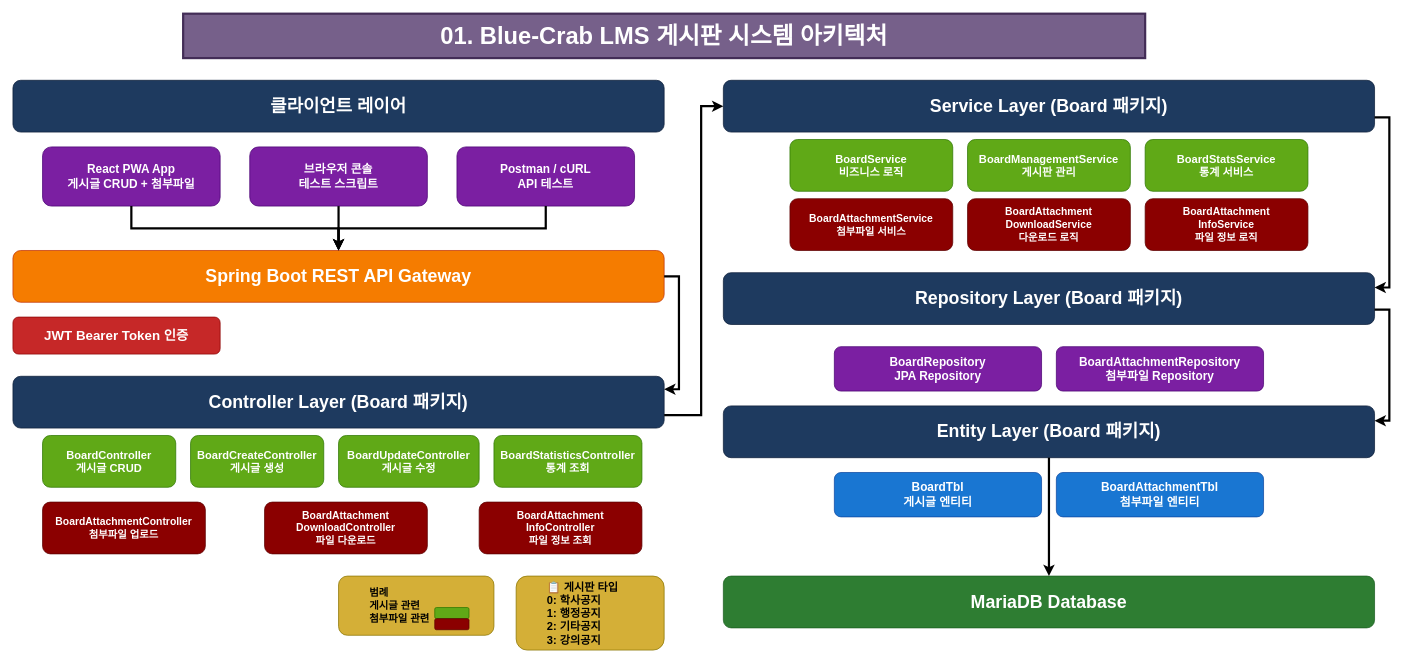
Above: backend/BlueCrab/docs/게시판/다이어그램-신신판/01-board-architecture-presentation.drawio in hooting76/blue-crab-lms (draw.io), before the change. Source tidied: cells renumbered, new cells numbered last; positions are measured from the earlier drawing's top-left corner, leaving out a move shared by most shapes. Both pictures are drawn from the tidied source at 74%, with x=0, y=0 at pixel (13, 13).
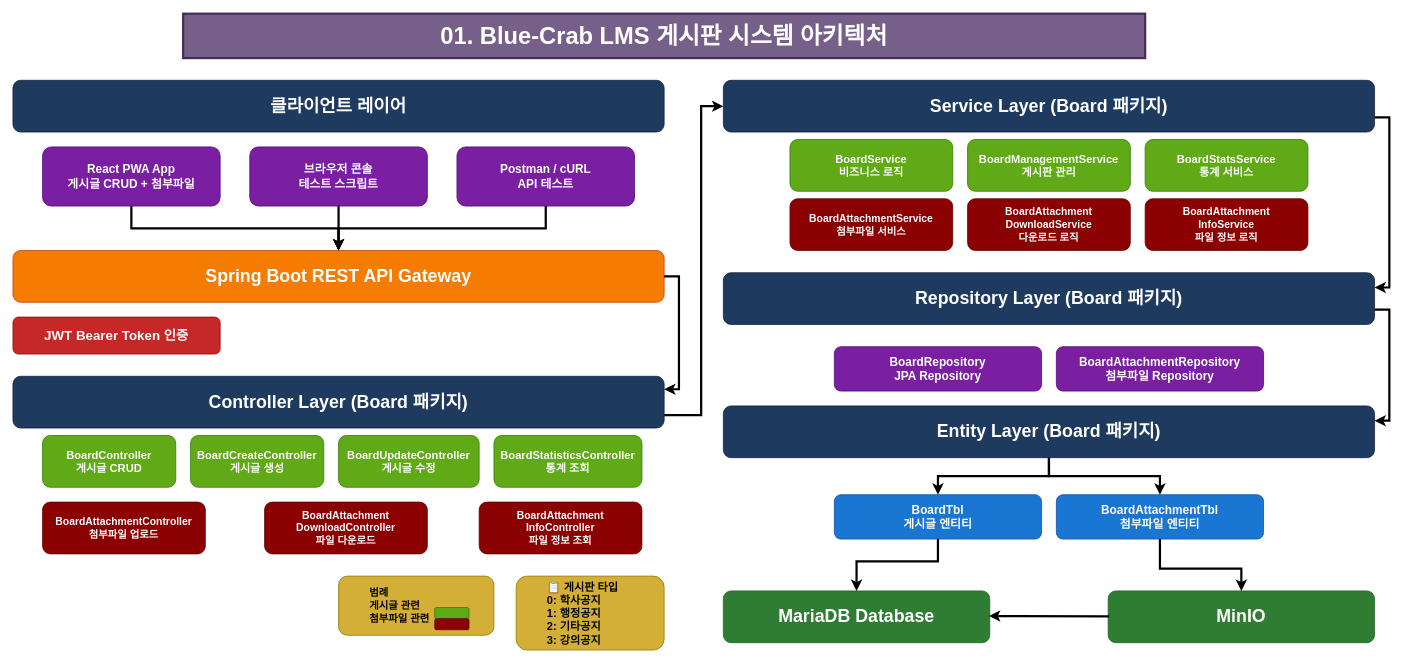
After the change.

Unchanged cells that the change refers to:
```xml
<mxCell id="27" value="Entity Layer (Board 패키지)" style="rounded=1;whiteSpace=wrap;html=1;fillColor=#1e3a5f;strokeColor=#0d1f3a;fontSize=24;fontStyle=1;fontColor=#ffffff;" parent="1" vertex="1">
  <mxGeometry x="960" y="530" width="880" height="70" as="geometry" />
</mxCell>
```

Change to the diagram source:
```diff
@@
     <mxCell id="28" value="BoardTbl&#10;게시글 엔티티" style="rounded=1;whiteSpace=wrap;html=1;fillColor=#1976d2;strokeColor=#0d47a1;fontSize=16;fontColor=#ffffff;fontStyle=1;" parent="1" vertex="1">
-      <mxGeometry x="1110" y="620" width="280" height="60" as="geometry" />
+      <mxGeometry x="1110" y="650" width="280" height="60" as="geometry" />
     </mxCell>
     <mxCell id="29" value="BoardAttachmentTbl&#10;첨부파일 엔티티" style="rounded=1;whiteSpace=wrap;html=1;fillColor=#1976d2;strokeColor=#0d47a1;fontSize=16;fontColor=#ffffff;fontStyle=1;" parent="1" vertex="1">
-      <mxGeometry x="1410" y="620" width="280" height="60" as="geometry" />
+      <mxGeometry x="1410" y="650" width="280" height="60" as="geometry" />
     </mxCell>
     <mxCell id="30" value="MariaDB Database" style="rounded=1;whiteSpace=wrap;html=1;fillColor=#2e7d32;strokeColor=#1b5e20;fontSize=24;fontStyle=1;fontColor=#ffffff;" parent="1" vertex="1">
-      <mxGeometry x="960" y="760" width="880" height="70" as="geometry" />
+      <mxGeometry x="960" y="780" width="360" height="70" as="geometry" />
     </mxCell>
@@
-    <mxCell id="38" style="edgeStyle=orthogonalEdgeStyle;rounded=0;jettySize=auto;html=1;strokeColor=light-dark(#000000,#FF8000);strokeWidth=3;entryX=0.5;entryY=0;entryDx=0;entryDy=0;" parent="1" edge="1" source="27" target="30">
+    <mxCell id="38" style="edgeStyle=orthogonalEdgeStyle;rounded=0;jettySize=auto;html=1;strokeColor=light-dark(#000000,#FF8000);strokeWidth=3;entryX=0.5;entryY=0;entryDx=0;entryDy=0;exitX=0.5;exitY=1;exitDx=0;exitDy=0;" parent="1" edge="1" source="28" target="30">
       <mxGeometry relative="1" as="geometry">
         <Array as="points">
-          <mxPoint x="1400" y="740" />
-          <mxPoint x="1400" y="740" />
+          <mxPoint x="1250" y="740" />
+          <mxPoint x="1140" y="740" />
         </Array>
       </mxGeometry>
     </mxCell>
@@
+    <mxCell id="43" value="MinIO" style="rounded=1;whiteSpace=wrap;html=1;fillColor=#2e7d32;strokeColor=#1b5e20;fontSize=24;fontStyle=1;fontColor=#ffffff;" parent="1" vertex="1">
+      <mxGeometry x="1480" y="780" width="360" height="70" as="geometry" />
+    </mxCell>
+    <mxCell id="44" style="edgeStyle=orthogonalEdgeStyle;rounded=0;jettySize=auto;html=1;strokeColor=light-dark(#000000,#FF8000);strokeWidth=3;exitX=0.5;exitY=1;exitDx=0;exitDy=0;entryX=0.5;entryY=0;entryDx=0;entryDy=0;" parent="1" edge="1" source="29" target="43">
+      <mxGeometry relative="1" as="geometry">
+        <Array as="points">
+          <mxPoint x="1550" y="750" />
+          <mxPoint x="1660" y="750" />
+        </Array>
+      </mxGeometry>
+    </mxCell>
+    <mxCell id="45" style="rounded=0;jettySize=auto;html=1;strokeColor=light-dark(#000000,#FF8000);strokeWidth=3;exitX=0.004;exitY=0.49;exitDx=0;exitDy=0;exitPerimeter=0;entryX=0.997;entryY=0.485;entryDx=0;entryDy=0;entryPerimeter=0;" parent="1" edge="1" source="43" target="30">
+      <mxGeometry relative="1" as="geometry" />
+    </mxCell>
+    <mxCell id="46" style="endArrow=classic;html=1;rounded=0;exitX=0.5;exitY=1;exitDx=0;exitDy=0;entryX=0.5;entryY=0;entryDx=0;entryDy=0;strokeWidth=3;strokeColor=light-dark(#000000,#FF8000);edgeStyle=orthogonalEdgeStyle;" parent="1" edge="1" source="27" target="29">
+      <mxGeometry relative="1" as="geometry" />
+    </mxCell>
+    <mxCell id="47" style="endArrow=classic;html=1;rounded=0;strokeColor=light-dark(#000000,#FF8000);strokeWidth=3;entryX=0.5;entryY=0;entryDx=0;entryDy=0;exitX=0.5;exitY=1.017;exitDx=0;exitDy=0;exitPerimeter=0;edgeStyle=orthogonalEdgeStyle;" parent="1" edge="1" source="27" target="28">
+      <mxGeometry relative="1" as="geometry" />
+    </mxCell>
```
